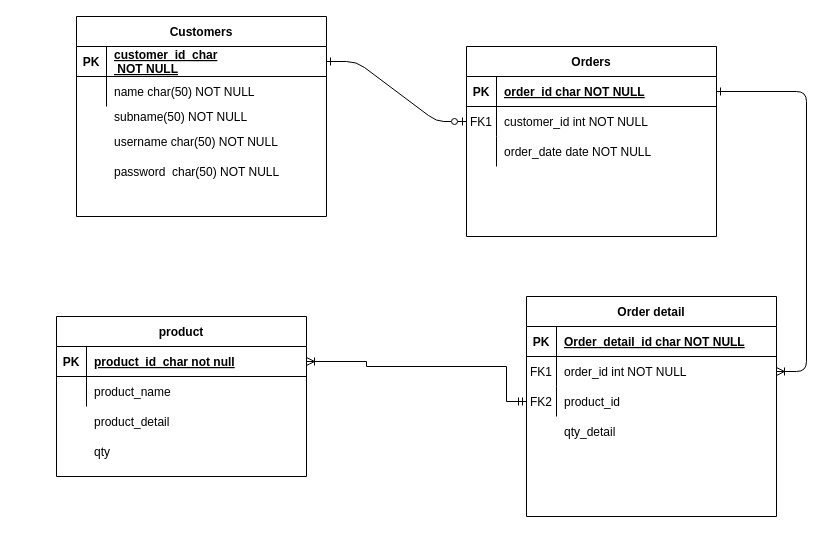
The draw.io diagram page "Page-1" (1 of 2) of flow/Diagram.drawio in than2557/Backend_nodejs, before the edit. Source tidied: cells renumbered, new cells numbered last; positions are measured from the earlier drawing's top-left corner, leaving out a move shared by most shapes. Both pictures are drawn from the tidied source at 100%, with x=0, y=0 at pixel (56, 16).
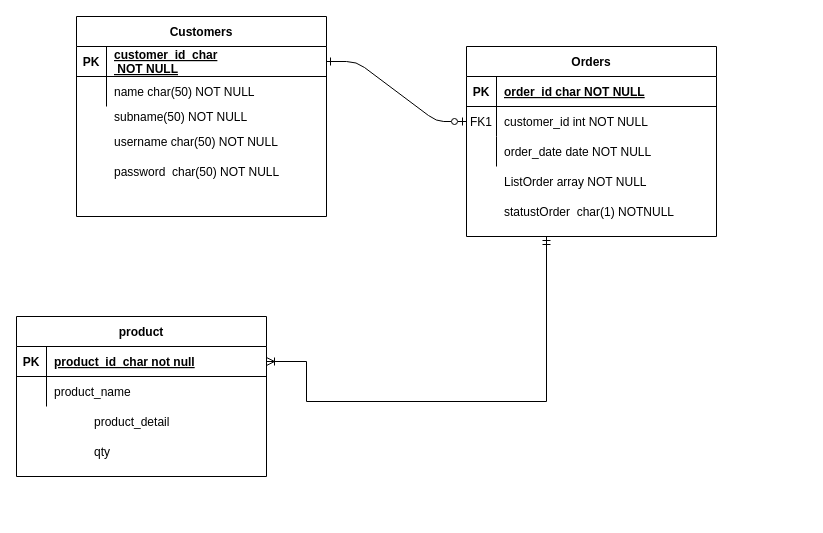
The same diagram, later.

The change refers to these unchanged cells:
```xml
<mxCell id="5" style="shape=partialRectangle;fillColor=none;points=[[0,0.5],[1,0.5]];portConstraint=eastwest;top=0;left=0;right=0;bottom=1;" parent="4" vertex="1">
  <mxGeometry y="30" width="250" height="30" as="geometry" />
</mxCell>
<mxCell id="35" style="shape=partialRectangle;fillColor=none;points=[[0,0.5],[1,0.5]];portConstraint=eastwest;top=0;left=0;right=0;bottom=1;" parent="34" vertex="1">
  <mxGeometry y="30" width="250" height="30" as="geometry" />
</mxCell>
```

Diff of the diagram source:
```diff
@@
-    <mxCell id="3" style="edgeStyle=entityRelationEdgeStyle;endArrow=ERoneToMany;startArrow=ERone;endFill=0;startFill=0;" parent="1" edge="1" source="5" target="18">
-      <mxGeometry relative="1" as="geometry" />
-    </mxCell>
@@
-    <mxCell id="14" value="Order detail" style="shape=table;startSize=30;childLayout=tableLayout;rowLines=0;fontStyle=1;align=center;" parent="1" vertex="1">
-      <mxGeometry x="470" y="280" width="250" height="220" as="geometry" />
-    </mxCell>
-    <mxCell id="15" style="shape=partialRectangle;fillColor=none;top=0;left=0;right=0;bottom=1;" parent="14" vertex="1">
-      <mxGeometry y="30" width="250" height="30" as="geometry" />
-    </mxCell>
-    <mxCell id="16" value="PK" style="shape=partialRectangle;overflow=hidden;fillColor=none;top=0;left=0;bottom=0;right=0;fontStyle=1;" parent="15" vertex="1">
-      <mxGeometry width="30" height="30" as="geometry" />
-    </mxCell>
-    <mxCell id="17" value="Order_detail_id char NOT NULL" style="shape=partialRectangle;overflow=hidden;fillColor=none;top=0;left=0;bottom=0;right=0;align=left;spacingLeft=6;fontStyle=5;" parent="15" vertex="1">
-      <mxGeometry x="30" width="220" height="30" as="geometry" />
-    </mxCell>
-    <mxCell id="18" style="shape=partialRectangle;fillColor=none;points=[[0,0.5],[1,0.5]];portConstraint=eastwest;top=0;left=0;right=0;bottom=0;" parent="14" vertex="1">
-      <mxGeometry y="60" width="250" height="30" as="geometry" />
-    </mxCell>
-    <mxCell id="19" value="FK1" style="shape=partialRectangle;overflow=hidden;fillColor=none;top=0;left=0;bottom=0;right=0;" parent="18" vertex="1">
-      <mxGeometry width="30" height="30" as="geometry" />
-    </mxCell>
-    <mxCell id="20" value="order_id int NOT NULL" style="shape=partialRectangle;overflow=hidden;fillColor=none;top=0;left=0;bottom=0;right=0;align=left;spacingLeft=6;" parent="18" vertex="1">
-      <mxGeometry x="30" width="220" height="30" as="geometry" />
-    </mxCell>
-    <mxCell id="21" style="shape=partialRectangle;fillColor=none;points=[[0,0.5],[1,0.5]];portConstraint=eastwest;top=0;left=0;right=0;bottom=0;" parent="14" vertex="1">
-      <mxGeometry y="90" width="250" height="30" as="geometry" />
-    </mxCell>
-    <mxCell id="22" value="FK2" style="shape=partialRectangle;overflow=hidden;fillColor=none;top=0;left=0;bottom=0;right=0;" parent="21" vertex="1">
-      <mxGeometry width="30" height="30" as="geometry" />
-    </mxCell>
-    <mxCell id="23" value="product_id" style="shape=partialRectangle;overflow=hidden;fillColor=none;top=0;left=0;bottom=0;right=0;align=left;spacingLeft=6;" parent="21" vertex="1">
-      <mxGeometry x="30" width="220" height="30" as="geometry" />
-    </mxCell>
@@
     <mxCell id="34" value="product" style="shape=table;startSize=30;childLayout=tableLayout;rowLines=0;fontStyle=1;align=center;" parent="1" vertex="1">
-      <mxGeometry y="300" width="250" height="160" as="geometry" />
+      <mxGeometry x="-40" y="300" width="250" height="160" as="geometry" />
     </mxCell>
@@
-    <mxCell id="42" value="qty_detail" style="shape=partialRectangle;overflow=hidden;fillColor=none;top=0;left=0;bottom=0;right=0;align=left;spacingLeft=6;" parent="1" vertex="1">
-      <mxGeometry x="500" y="400" width="220" height="30" as="geometry" />
-    </mxCell>
@@
-    <mxCell id="47" style="edgeStyle=orthogonalEdgeStyle;rounded=0;jettySize=auto;html=1;exitX=0;exitY=0.5;exitDx=0;exitDy=0;endArrow=ERoneToMany;endFill=0;startArrow=ERmandOne;startFill=0;entryX=1;entryY=0.5;entryDx=0;entryDy=0;" parent="1" edge="1" source="21" target="35">
+    <mxCell id="47" style="edgeStyle=orthogonalEdgeStyle;rounded=0;jettySize=auto;html=1;endArrow=ERoneToMany;endFill=0;startArrow=ERmandOne;startFill=0;entryX=1;entryY=0.5;entryDx=0;entryDy=0;" parent="1" edge="1" target="35">
       <mxGeometry relative="1" as="geometry">
+        <mxPoint x="490" y="220" as="sourcePoint" />
         <Array as="points">
-          <mxPoint x="450" y="385" />
-          <mxPoint x="450" y="350" />
-          <mxPoint x="310" y="350" />
-          <mxPoint x="310" y="345" />
+          <mxPoint x="490" y="385" />
+          <mxPoint x="250" y="385" />
         </Array>
       </mxGeometry>
     </mxCell>
+    <mxCell id="48" value="ListOrder array NOT NULL" style="shape=partialRectangle;overflow=hidden;fillColor=none;top=0;left=0;bottom=0;right=0;align=left;spacingLeft=6;" parent="1" vertex="1">
+      <mxGeometry x="440" y="150" width="220" height="30" as="geometry" />
+    </mxCell>
+    <mxCell id="49" value="statustOrder  char(1) NOTNULL" style="shape=partialRectangle;overflow=hidden;fillColor=none;top=0;left=0;bottom=0;right=0;align=left;spacingLeft=6;" parent="1" vertex="1">
+      <mxGeometry x="440" y="180" width="220" height="30" as="geometry" />
+    </mxCell>
```
